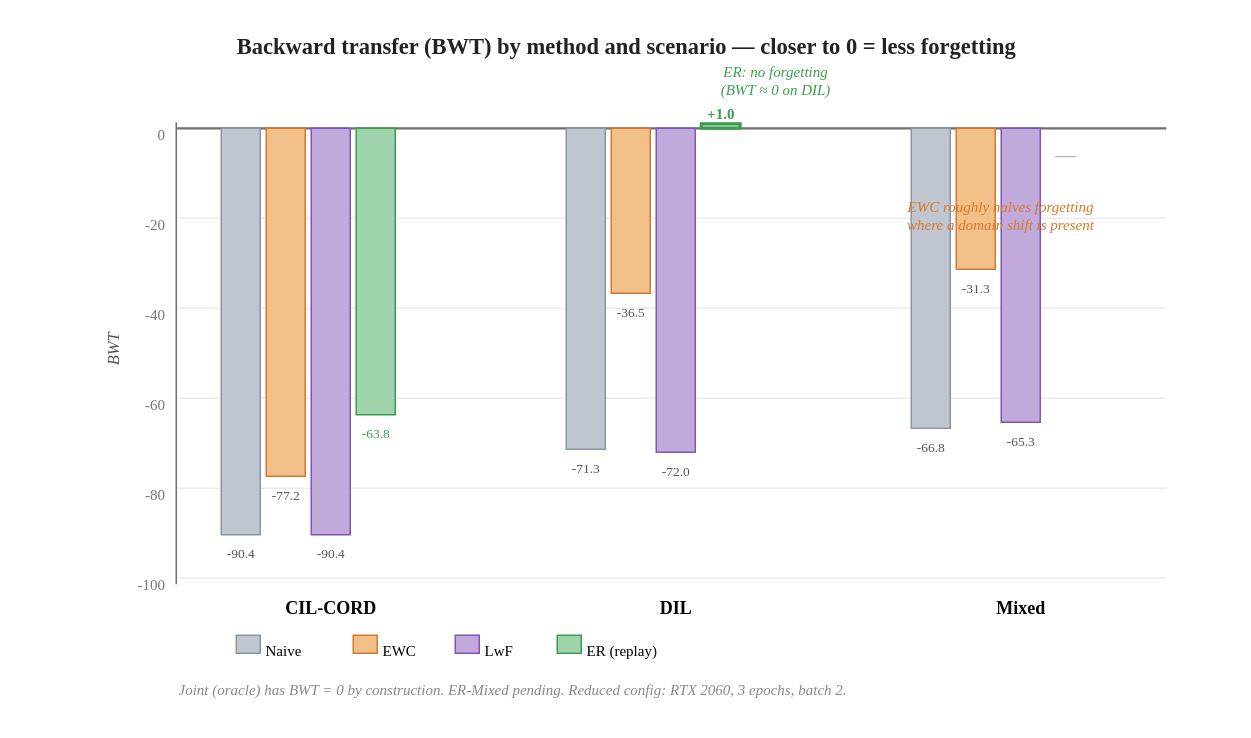
This is thesis/figures_src/drawio/bench_bwt_bars.drawio from hoangthanh283/CLUE, a draw.io file, before an edit. Source tidied: cells renumbered, new cells numbered last; positions are measured from the earlier drawing's top-left corner, leaving out a move shared by most shapes. Both pictures are drawn from the tidied source at 150%, with x=0, y=0 at pixel (26, 26).
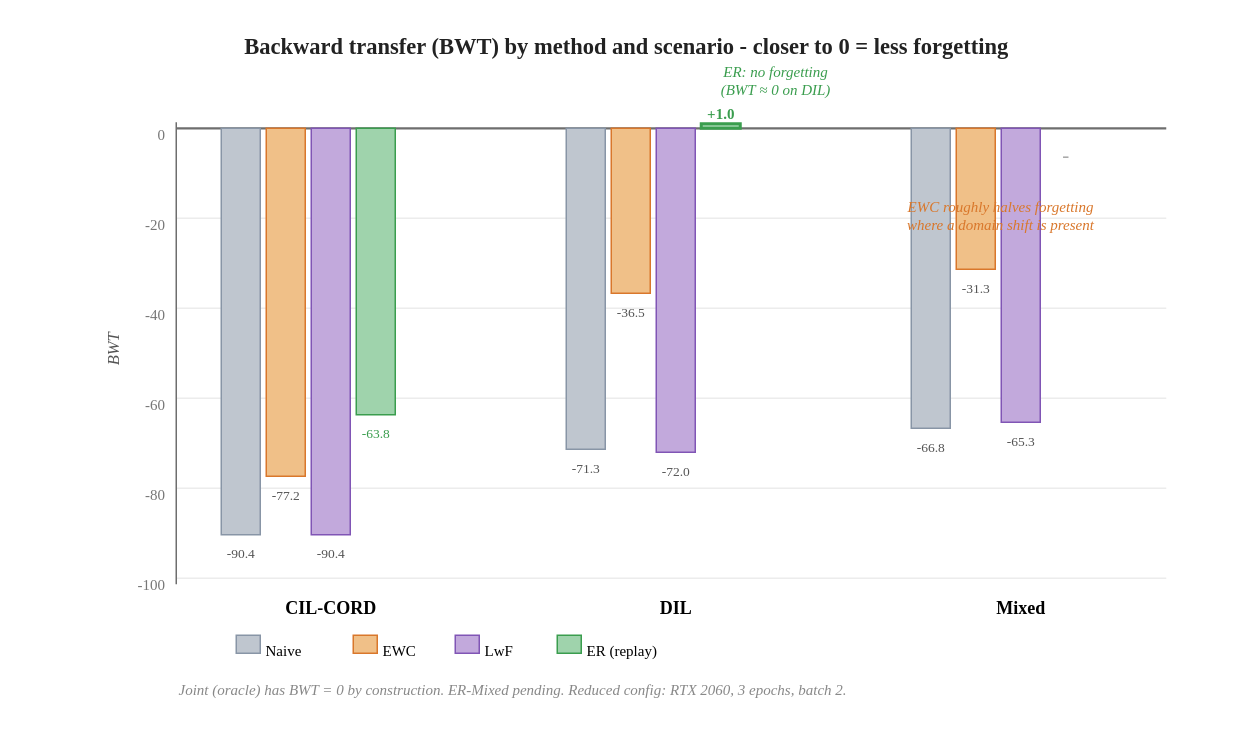
Above is the later version.

Change to the diagram source:
```diff
@@
-    <mxCell id="2" value="Backward transfer (BWT) by method and scenario — closer to 0 = less forgetting" style="text;html=1;align=center;verticalAlign=middle;fontFamily=Times New Roman;fontSize=15;fontStyle=1;fontColor=#222222;" parent="1" vertex="1">
+    <mxCell id="2" value="Backward transfer (BWT) by method and scenario - closer to 0 = less forgetting" style="text;html=1;align=center;verticalAlign=middle;fontFamily=Times New Roman;fontSize=15;fontStyle=1;fontColor=#222222;" parent="1" vertex="1">
       <mxGeometry width="800" height="26" as="geometry" />
     </mxCell>
@@
-    <mxCell id="28" value="—" style="text;html=1;align=center;fontFamily=Times New Roman;fontSize=14;fontColor=#AAAAAA;" parent="1" vertex="1">
+    <mxCell id="28" value="-" style="text;html=1;align=center;fontFamily=Times New Roman;fontSize=14;fontColor=#AAAAAA;" parent="1" vertex="1">
       <mxGeometry x="680" y="72" width="26" height="20" as="geometry" />
     </mxCell>
```
